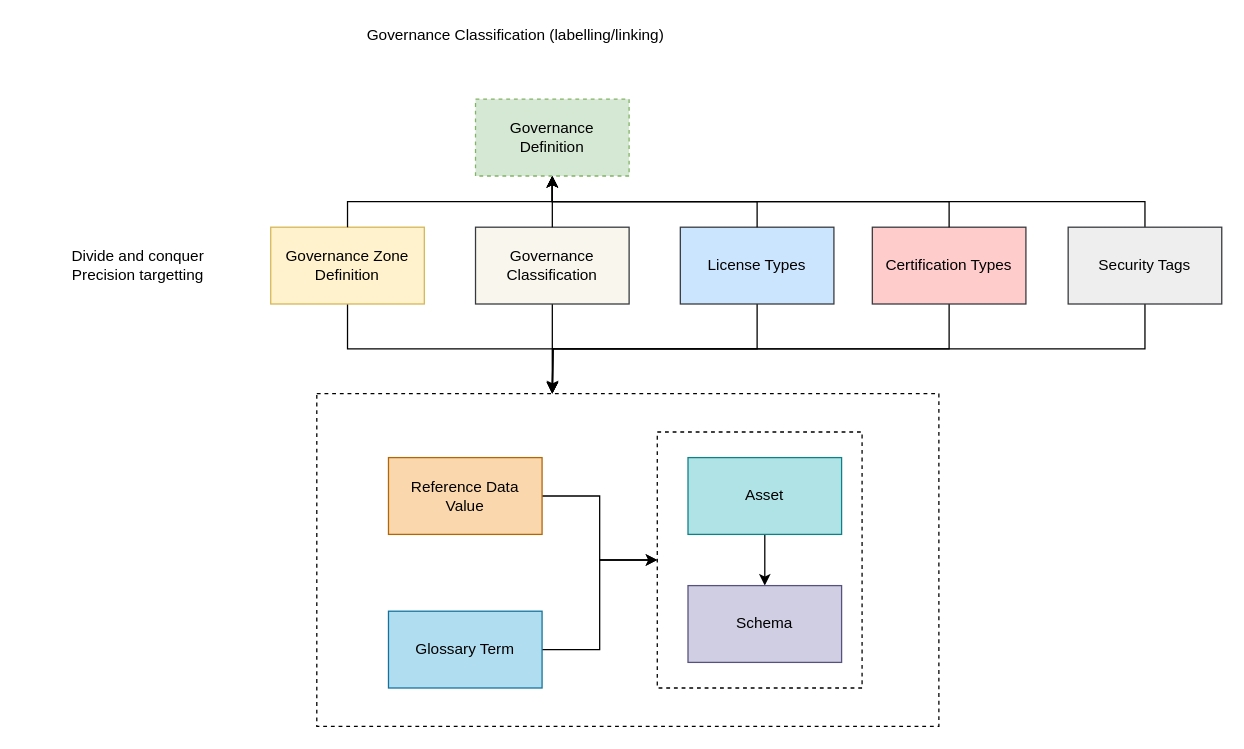
The draw.io diagram page "governance-classifications" (4 of 7) of site/docs/features/governance-definition/governance-program.drawio in odpi/egeria-docs, before the edit. Source tidied: cells renumbered, new cells numbered last; positions are measured from the earlier drawing's top-left corner, leaving out a move shared by most shapes. Both pictures are drawn from the tidied source at 128%, with x=0, y=0 at pixel (60, 22).
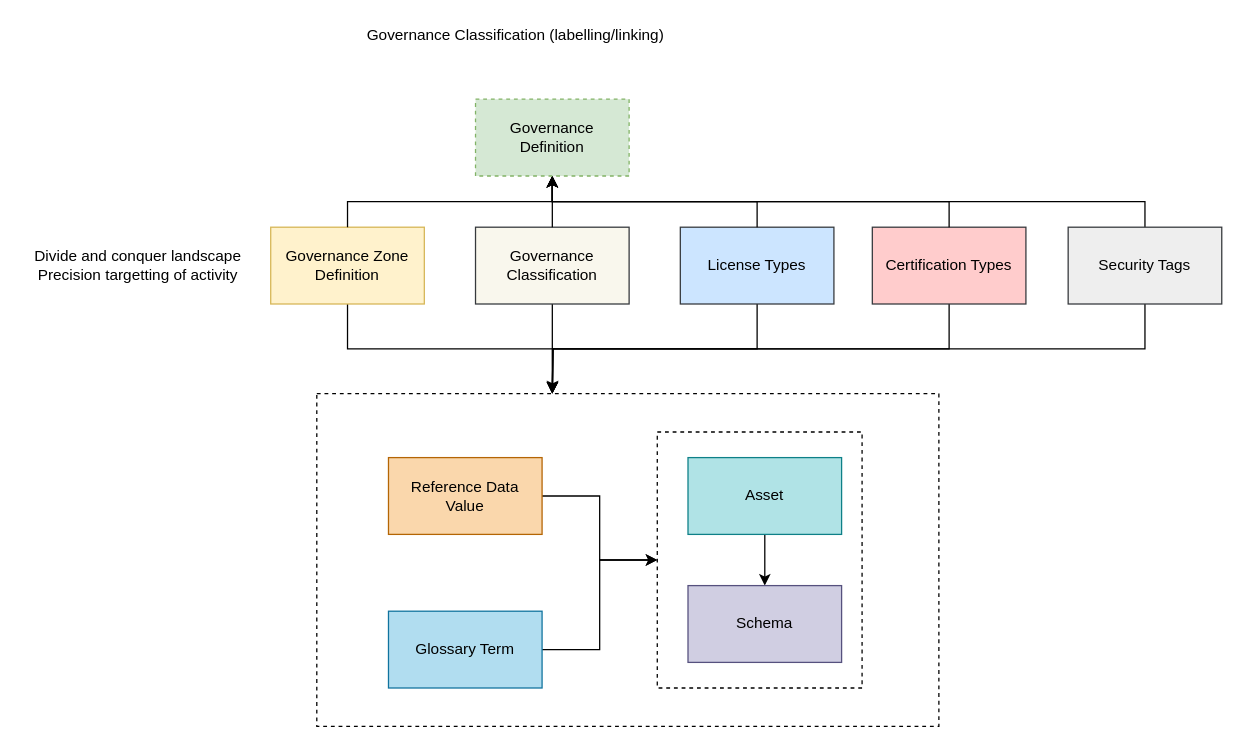
Above is the later version.

The edit, as a diff of the source:
```diff
@@
-    <mxCell id="4" value="Divide and conquer&lt;br&gt;Precision targetting" style="text;html=1;align=center;verticalAlign=middle;" parent="1" vertex="1">
-      <mxGeometry y="175" width="120" height="30" as="geometry" />
+    <mxCell id="4" value="Divide and conquer landscape&lt;br&gt;Precision targetting of activity" style="text;html=1;align=center;verticalAlign=middle;" parent="1" vertex="1">
+      <mxGeometry x="-30" y="175" width="180" height="30" as="geometry" />
     </mxCell>
```
